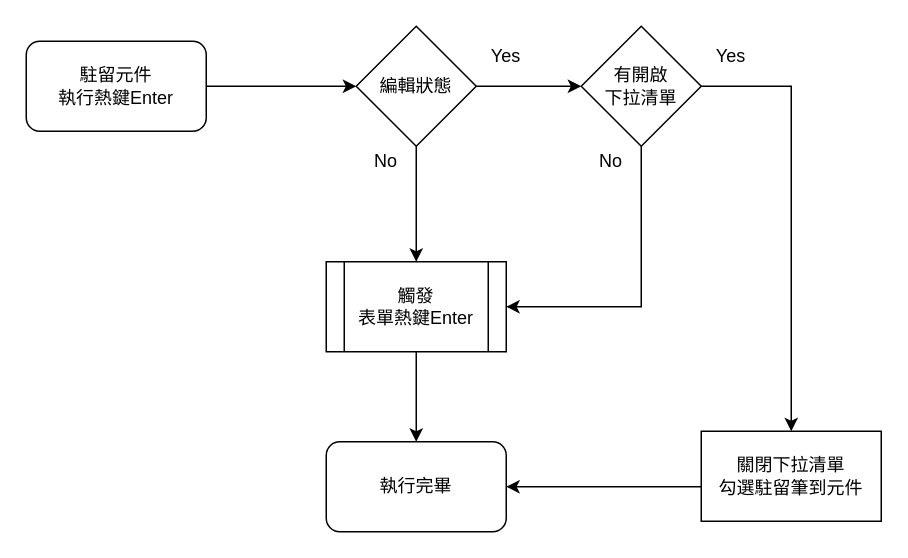
The draw.io diagram page "熱鍵Enter" (5 of 14) of 8.10.1/RTE/SYSTEM/FORM/ctrl_dropListMultiCombo/diagram/不可輸入下拉複選元件.drawio in ArcareRD/sadocs, before the edit. Source tidied: cells renumbered, new cells numbered last; positions are measured from the earlier drawing's top-left corner, leaving out a move shared by most shapes. Both pictures are drawn from the tidied source at 150%, with x=0, y=0 at pixel (26, 26).
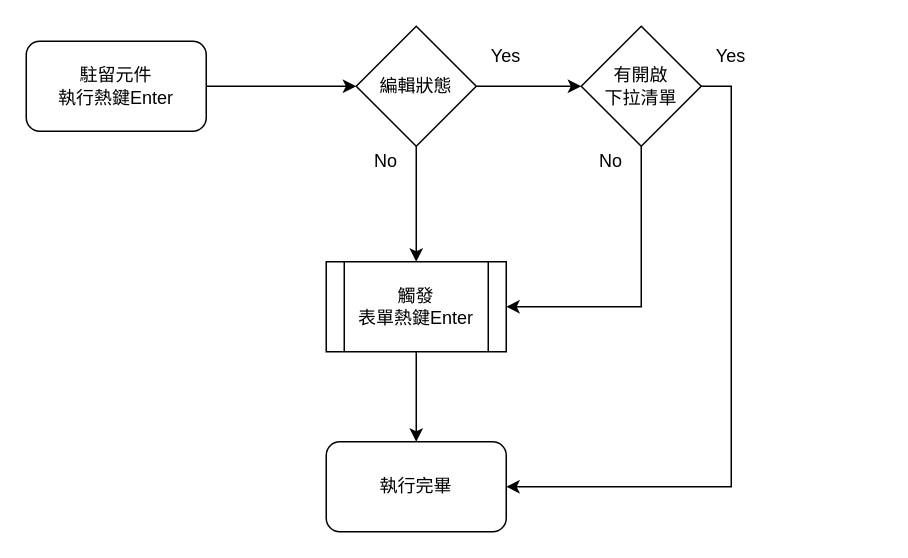
After the change.

The edit, as a diff of the source:
```diff
@@
 <mxGraphModel>
   <root>
     <mxCell id="0" />
     <mxCell id="1" parent="0" />
     <mxCell id="2" style="edgeStyle=orthogonalEdgeStyle;rounded=0;jettySize=auto;html=1;" parent="1" edge="1" source="3" target="6">
       <mxGeometry relative="1" as="geometry" />
     </mxCell>
     <mxCell id="3" value="駐留元件&lt;br&gt;執行熱鍵Enter" style="rounded=1;whiteSpace=wrap;html=1;" parent="1" vertex="1">
       <mxGeometry y="10" width="120" height="60" as="geometry" />
     </mxCell>
     <mxCell id="4" style="edgeStyle=orthogonalEdgeStyle;rounded=0;jettySize=auto;html=1;" parent="1" edge="1" source="6" target="9">
       <mxGeometry relative="1" as="geometry" />
     </mxCell>
     <mxCell id="5" style="edgeStyle=orthogonalEdgeStyle;rounded=0;jettySize=auto;html=1;" parent="1" edge="1" source="6" target="14">
       <mxGeometry relative="1" as="geometry" />
     </mxCell>
     <mxCell id="6" value="編輯狀態" style="rhombus;whiteSpace=wrap;html=1;" parent="1" vertex="1">
       <mxGeometry x="220" width="80" height="80" as="geometry" />
     </mxCell>
-    <mxCell id="7" style="edgeStyle=orthogonalEdgeStyle;rounded=0;jettySize=auto;html=1;exitX=1;exitY=0.5;exitDx=0;exitDy=0;" parent="1" edge="1" source="9" target="11">
-      <mxGeometry relative="1" as="geometry" />
-    </mxCell>
     <mxCell id="8" style="edgeStyle=orthogonalEdgeStyle;rounded=0;jettySize=auto;html=1;entryX=1;entryY=0.5;entryDx=0;entryDy=0;exitX=0.5;exitY=1;exitDx=0;exitDy=0;" parent="1" edge="1" source="9" target="14">
       <mxGeometry relative="1" as="geometry" />
     </mxCell>
+    <mxCell id="19" style="edgeStyle=orthogonalEdgeStyle;rounded=0;jettySize=auto;html=1;entryX=1;entryY=0.5;entryDx=0;entryDy=0;exitX=1;exitY=0.5;exitDx=0;exitDy=0;" parent="1" edge="1" source="9" target="12">
+      <mxGeometry relative="1" as="geometry" />
+    </mxCell>
     <mxCell id="9" value="有開啟&lt;br&gt;下拉清單" style="rhombus;whiteSpace=wrap;html=1;" parent="1" vertex="1">
       <mxGeometry x="370" width="80" height="80" as="geometry" />
     </mxCell>
-    <mxCell id="10" style="edgeStyle=orthogonalEdgeStyle;rounded=0;jettySize=auto;html=1;entryX=1;entryY=0.5;entryDx=0;entryDy=0;exitX=0.083;exitY=0.617;exitDx=0;exitDy=0;exitPerimeter=0;" parent="1" edge="1" source="11" target="12">
-      <mxGeometry relative="1" as="geometry" />
-    </mxCell>
-    <mxCell id="11" value="關閉下拉清單&lt;br&gt;勾選駐留筆到元件" style="whiteSpace=wrap;html=1;" parent="1" vertex="1">
-      <mxGeometry x="450" y="270" width="120" height="60" as="geometry" />
-    </mxCell>
     <mxCell id="12" value="執行完畢" style="rounded=1;whiteSpace=wrap;html=1;" parent="1" vertex="1">
       <mxGeometry x="200" y="277" width="120" height="60" as="geometry" />
     </mxCell>
     <mxCell id="13" style="edgeStyle=orthogonalEdgeStyle;rounded=0;jettySize=auto;html=1;" parent="1" edge="1" source="14" target="12">
       <mxGeometry relative="1" as="geometry" />
     </mxCell>
     <mxCell id="14" value="觸發&lt;br&gt;表單熱鍵Enter" style="shape=process;whiteSpace=wrap;html=1;backgroundOutline=1;" parent="1" vertex="1">
       <mxGeometry x="200" y="157" width="120" height="60" as="geometry" />
     </mxCell>
     <mxCell id="15" value="Yes" style="text;html=1;strokeColor=none;fillColor=none;align=center;verticalAlign=middle;whiteSpace=wrap;rounded=0;" parent="1" vertex="1">
       <mxGeometry x="300" y="10" width="40" height="20" as="geometry" />
     </mxCell>
     <mxCell id="16" value="Yes" style="text;html=1;strokeColor=none;fillColor=none;align=center;verticalAlign=middle;whiteSpace=wrap;rounded=0;" parent="1" vertex="1">
       <mxGeometry x="450" y="10" width="40" height="20" as="geometry" />
     </mxCell>
     <mxCell id="17" value="No" style="text;html=1;strokeColor=none;fillColor=none;align=center;verticalAlign=middle;whiteSpace=wrap;rounded=0;" parent="1" vertex="1">
       <mxGeometry x="220" y="80" width="40" height="20" as="geometry" />
     </mxCell>
     <mxCell id="18" value="No" style="text;html=1;strokeColor=none;fillColor=none;align=center;verticalAlign=middle;whiteSpace=wrap;rounded=0;" parent="1" vertex="1">
       <mxGeometry x="370" y="80" width="40" height="20" as="geometry" />
     </mxCell>
   </root>
 </mxGraphModel>
```
